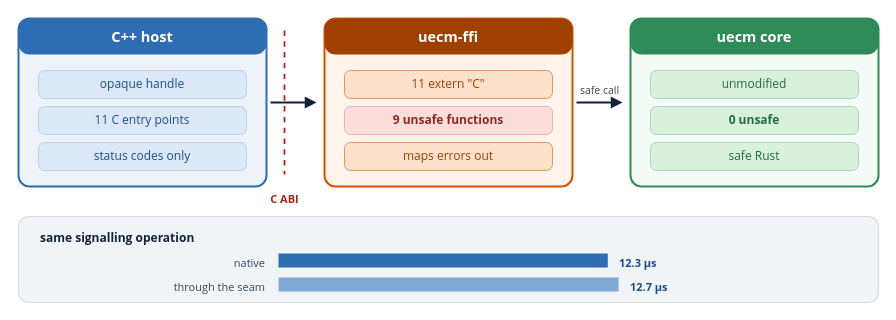
Before: diagrams/07_ffi_seam.drawio in VienThanh12/Master-Thesis, a draw.io diagram. Source tidied: cells renumbered, new cells numbered last; positions are measured from the earlier drawing's top-left corner, leaving out a move shared by most shapes. Both pictures are drawn from the tidied source at 100%, with x=0, y=0 at pixel (18, 18).
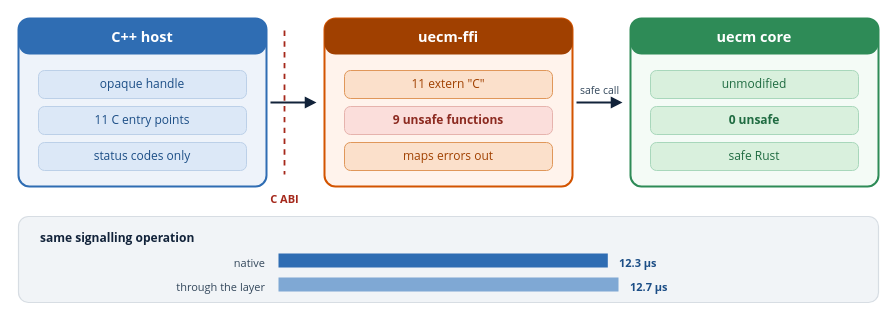
Above is the later version.

Commit message (it also covers changes not shown here):
clarify terminology: replace "knee", "seam", and "blind zone" with more precise labels

The edit, as a diff of the source:
```diff
@@
-    <mxCell id="27" value="through the seam" style="text;html=1;strokeColor=none;fillColor=none;whiteSpace=nowrap;align=right;verticalAlign=middle;fontSize=11;fontColor=#33475b;fontFamily=Segoe UI;" parent="1" vertex="1">
+    <mxCell id="27" value="through the layer" style="text;html=1;strokeColor=none;fillColor=none;whiteSpace=nowrap;align=right;verticalAlign=middle;fontSize=11;fontColor=#33475b;fontFamily=Segoe UI;" parent="1" vertex="1">
       <mxGeometry x="152.1" y="259.6" width="95.9" height="16.5" as="geometry" />
     </mxCell>
```
